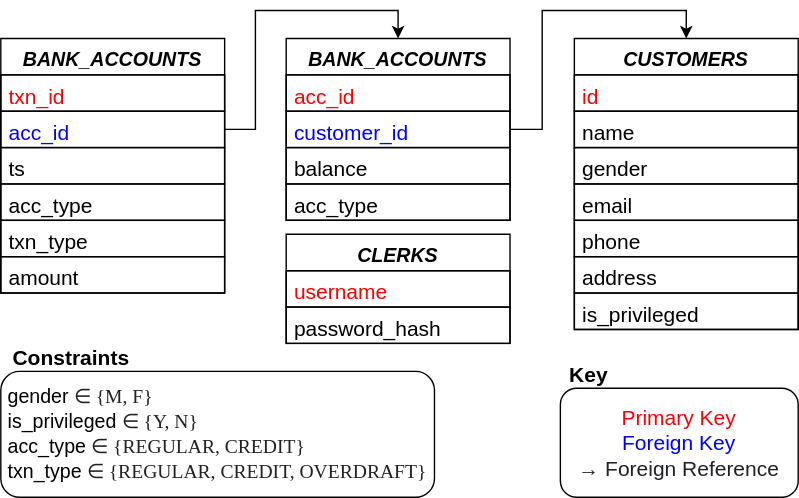
lolcats111/JDBC-Project-Group-B keeps this draw.io diagram as Docs/Database.svg. Above is the earlier version. Source tidied: cells renumbered, new cells last; positions are measured from the earlier drawing's top-left corner, leaving out a move shared by most shapes. The source it was exported from:
```xml
<mxGraphModel>
  <root>
    <mxCell id="0" />
    <mxCell id="1" parent="0" />
    <mxCell id="2" value="CUSTOMERS" style="swimlane;fontStyle=3;align=center;verticalAlign=top;horizontal=1;startSize=26;rounded=0;shadow=0;strokeWidth=1;fontSize=14;" parent="1" vertex="1">
      <mxGeometry x="410" width="160" height="208" as="geometry" />
    </mxCell>
    <mxCell id="3" value="id" style="text;align=left;verticalAlign=top;spacingLeft=4;spacingRight=4;overflow=hidden;fontStyle=0;fontSize=15;fontColor=#FF0000;strokeColor=#000000;" parent="2" vertex="1">
      <mxGeometry y="26" width="160" height="26" as="geometry" />
    </mxCell>
    <mxCell id="4" value="name" style="text;align=left;verticalAlign=top;spacingLeft=4;spacingRight=4;overflow=hidden;rounded=0;shadow=0;html=0;fontStyle=0;fontSize=15;strokeColor=#000000;" parent="2" vertex="1">
      <mxGeometry y="52" width="160" height="26" as="geometry" />
    </mxCell>
    <mxCell id="5" value="gender" style="text;align=left;verticalAlign=top;spacingLeft=4;spacingRight=4;overflow=hidden;rounded=0;shadow=0;html=0;fontStyle=0;fontSize=15;strokeColor=#000000;" parent="2" vertex="1">
      <mxGeometry y="78" width="160" height="26" as="geometry" />
    </mxCell>
    <mxCell id="6" value="email" style="text;align=left;verticalAlign=top;spacingLeft=4;spacingRight=4;overflow=hidden;fontStyle=0;fontSize=15;strokeColor=#000000;" parent="2" vertex="1">
      <mxGeometry y="104" width="160" height="26" as="geometry" />
    </mxCell>
    <mxCell id="7" value="phone" style="text;align=left;verticalAlign=top;spacingLeft=4;spacingRight=4;overflow=hidden;fontStyle=0;fontSize=15;strokeColor=#000000;" parent="2" vertex="1">
      <mxGeometry y="130" width="160" height="26" as="geometry" />
    </mxCell>
    <mxCell id="8" value="address" style="text;align=left;verticalAlign=top;spacingLeft=4;spacingRight=4;overflow=hidden;fontStyle=0;fontSize=15;strokeColor=#000000;" parent="2" vertex="1">
      <mxGeometry y="156" width="160" height="26" as="geometry" />
    </mxCell>
    <mxCell id="9" value="is_privileged" style="text;align=left;verticalAlign=top;spacingLeft=4;spacingRight=4;overflow=hidden;fontStyle=0;fontSize=15;strokeColor=#000000;" parent="2" vertex="1">
      <mxGeometry y="182" width="160" height="26" as="geometry" />
    </mxCell>
    <mxCell id="10" value="CLERKS" style="swimlane;fontStyle=3;align=center;verticalAlign=top;horizontal=1;startSize=26;rounded=0;shadow=0;strokeWidth=1;fontSize=14;" parent="1" vertex="1">
      <mxGeometry x="204" y="140" width="160" height="78" as="geometry" />
    </mxCell>
    <mxCell id="11" value="username" style="text;align=left;verticalAlign=top;spacingLeft=4;spacingRight=4;overflow=hidden;fontStyle=0;fontSize=15;fontColor=#FF0000;strokeColor=#000000;" parent="10" vertex="1">
      <mxGeometry y="26" width="160" height="26" as="geometry" />
    </mxCell>
    <mxCell id="12" value="password_hash" style="text;align=left;verticalAlign=top;spacingLeft=4;spacingRight=4;overflow=hidden;rounded=0;shadow=0;html=0;fontStyle=0;fontSize=15;strokeColor=#000000;" parent="10" vertex="1">
      <mxGeometry y="52" width="160" height="26" as="geometry" />
    </mxCell>
    <mxCell id="13" value="BANK_ACCOUNTS" style="swimlane;fontStyle=3;align=center;verticalAlign=top;horizontal=1;startSize=26;rounded=0;shadow=0;strokeWidth=1;fontSize=14;" parent="1" vertex="1">
      <mxGeometry x="204" width="160" height="130" as="geometry" />
    </mxCell>
    <mxCell id="14" value="acc_id" style="text;align=left;verticalAlign=top;spacingLeft=4;spacingRight=4;overflow=hidden;fontStyle=0;fontSize=15;fontColor=#FF0000;strokeColor=#000000;" parent="13" vertex="1">
      <mxGeometry y="26" width="160" height="26" as="geometry" />
    </mxCell>
    <mxCell id="15" value="customer_id" style="text;align=left;verticalAlign=top;spacingLeft=4;spacingRight=4;overflow=hidden;points=[[0,0.5],[1,0.5]];portConstraint=eastwest;rounded=0;shadow=0;html=0;fontStyle=0;fontSize=15;strokeColor=#000000;fontColor=#0000FF;" parent="13" vertex="1">
      <mxGeometry y="52" width="160" height="26" as="geometry" />
    </mxCell>
    <mxCell id="16" value="balance" style="text;align=left;verticalAlign=top;spacingLeft=4;spacingRight=4;overflow=hidden;rounded=0;shadow=0;html=0;fontStyle=0;fontSize=15;strokeColor=#000000;" parent="13" vertex="1">
      <mxGeometry y="78" width="160" height="26" as="geometry" />
    </mxCell>
    <mxCell id="17" value="acc_type" style="text;align=left;verticalAlign=top;spacingLeft=4;spacingRight=4;overflow=hidden;rounded=0;shadow=0;html=0;fontStyle=0;fontSize=15;strokeColor=#000000;" parent="13" vertex="1">
      <mxGeometry y="104" width="160" height="26" as="geometry" />
    </mxCell>
    <mxCell id="18" value="BANK_ACCOUNTS" style="swimlane;fontStyle=3;align=center;verticalAlign=top;horizontal=1;startSize=26;rounded=0;shadow=0;strokeWidth=1;fontSize=14;" parent="1" vertex="1">
      <mxGeometry width="160" height="182" as="geometry" />
    </mxCell>
    <mxCell id="19" value="txn_id" style="text;align=left;verticalAlign=top;spacingLeft=4;spacingRight=4;overflow=hidden;fontStyle=0;fontSize=15;fontColor=#FF0000;strokeColor=#000000;" parent="18" vertex="1">
      <mxGeometry y="26" width="160" height="26" as="geometry" />
    </mxCell>
    <mxCell id="20" value="acc_id" style="text;align=left;verticalAlign=top;spacingLeft=4;spacingRight=4;overflow=hidden;points=[[0,0.5],[1,0.5]];portConstraint=eastwest;rounded=0;shadow=0;html=0;fontStyle=0;fontSize=15;strokeColor=#000000;fontColor=#0000FF;" parent="18" vertex="1">
      <mxGeometry y="52" width="160" height="26" as="geometry" />
    </mxCell>
    <mxCell id="21" value="ts" style="text;align=left;verticalAlign=top;spacingLeft=4;spacingRight=4;overflow=hidden;rounded=0;shadow=0;html=0;fontStyle=0;fontSize=15;strokeColor=#000000;" parent="18" vertex="1">
      <mxGeometry y="78" width="160" height="26" as="geometry" />
    </mxCell>
    <mxCell id="22" value="acc_type" style="text;align=left;verticalAlign=top;spacingLeft=4;spacingRight=4;overflow=hidden;rounded=0;shadow=0;html=0;fontStyle=0;fontSize=15;strokeColor=#000000;" parent="18" vertex="1">
      <mxGeometry y="104" width="160" height="26" as="geometry" />
    </mxCell>
    <mxCell id="23" value="txn_type" style="text;align=left;verticalAlign=top;spacingLeft=4;spacingRight=4;overflow=hidden;rounded=0;shadow=0;html=0;fontStyle=0;fontSize=15;strokeColor=#000000;" parent="18" vertex="1">
      <mxGeometry y="130" width="160" height="26" as="geometry" />
    </mxCell>
    <mxCell id="24" value="amount" style="text;align=left;verticalAlign=top;spacingLeft=4;spacingRight=4;overflow=hidden;rounded=0;shadow=0;html=0;fontStyle=0;fontSize=15;strokeColor=#000000;" parent="18" vertex="1">
      <mxGeometry y="156" width="160" height="26" as="geometry" />
    </mxCell>
    <mxCell id="25" style="edgeStyle=orthogonalEdgeStyle;rounded=0;jettySize=auto;html=1;exitX=1;exitY=0.5;exitDx=0;exitDy=0;entryX=0.5;entryY=0;entryDx=0;entryDy=0;fontSize=15;fontColor=#FF0000;" parent="1" edge="1" source="20" target="13">
      <mxGeometry relative="1" as="geometry" />
    </mxCell>
    <mxCell id="26" style="edgeStyle=orthogonalEdgeStyle;rounded=0;jettySize=auto;html=1;exitX=1;exitY=0.5;exitDx=0;exitDy=0;entryX=0.5;entryY=0;entryDx=0;entryDy=0;fontSize=15;fontColor=#FF0000;" parent="1" edge="1" source="15" target="2">
      <mxGeometry relative="1" as="geometry" />
    </mxCell>
    <mxCell id="27" value="&lt;div style=&quot;text-align: left&quot;&gt;&lt;font color=&quot;#000000&quot; style=&quot;font-size: 14px&quot;&gt;gender&amp;nbsp;&lt;/font&gt;&lt;span style=&quot;font-size: 14px ; color: rgb(32 , 33 , 34) ; font-family: &amp;#34;nimbus roman no9 l&amp;#34; , &amp;#34;times new roman&amp;#34; , &amp;#34;times&amp;#34; , serif ; background-color: rgb(255 , 255 , 255)&quot;&gt;∈ {M, F}&lt;/span&gt;&lt;/div&gt;&lt;font style=&quot;font-size: 14px&quot;&gt;&lt;div style=&quot;text-align: left&quot;&gt;&lt;font color=&quot;#000000&quot;&gt;is_privileged&amp;nbsp;&lt;/font&gt;&lt;span style=&quot;color: rgb(32 , 33 , 34) ; font-family: &amp;#34;nimbus roman no9 l&amp;#34; , &amp;#34;times new roman&amp;#34; , &amp;#34;times&amp;#34; , serif ; background-color: rgb(255 , 255 , 255)&quot;&gt;∈ {Y, N}&lt;/span&gt;&lt;/div&gt;&lt;font color=&quot;#000000&quot; style=&quot;font-size: 14px&quot;&gt;&lt;div style=&quot;text-align: left&quot;&gt;&lt;font color=&quot;#000000&quot;&gt;acc_type&amp;nbsp;&lt;/font&gt;&lt;span style=&quot;color: rgb(32 , 33 , 34) ; font-family: &amp;#34;nimbus roman no9 l&amp;#34; , &amp;#34;times new roman&amp;#34; , &amp;#34;times&amp;#34; , serif ; background-color: rgb(255 , 255 , 255)&quot;&gt;∈ {REGULAR, CREDIT}&lt;/span&gt;&lt;/div&gt;&lt;/font&gt;&lt;font color=&quot;#000000&quot; style=&quot;font-size: 14px&quot;&gt;&lt;div style=&quot;text-align: left&quot;&gt;&lt;font color=&quot;#000000&quot;&gt;txn_type&amp;nbsp;&lt;/font&gt;&lt;span style=&quot;color: rgb(32 , 33 , 34) ; font-family: &amp;#34;nimbus roman no9 l&amp;#34; , &amp;#34;times new roman&amp;#34; , &amp;#34;times&amp;#34; , serif ; background-color: rgb(255 , 255 , 255)&quot;&gt;∈ {REGULAR, CREDIT, OVERDRAFT}&lt;/span&gt;&lt;/div&gt;&lt;/font&gt;&lt;/font&gt;" style="rounded=1;whiteSpace=wrap;html=1;strokeColor=#000000;strokeWidth=1;fontSize=15;fontColor=#0000FF;" parent="1" vertex="1">
      <mxGeometry y="238" width="310" height="90" as="geometry" />
    </mxCell>
    <mxCell id="28" value="Constraints" style="text;html=1;align=center;verticalAlign=middle;fontSize=15;fontStyle=1;" parent="1" vertex="1">
      <mxGeometry y="218" width="100" height="20" as="geometry" />
    </mxCell>
    <mxCell id="29" value="&lt;div&gt;&lt;font color=&quot;#ff0000&quot; style=&quot;font-size: 15px&quot;&gt;Primary Key&lt;/font&gt;&lt;/div&gt;&lt;div&gt;&lt;font style=&quot;font-size: 15px&quot;&gt;Foreign Key&lt;/font&gt;&lt;/div&gt;&lt;div&gt;&lt;span style=&quot;color: rgb(32 , 33 , 36) ; font-family: &amp;#34;arial&amp;#34; , sans-serif ; background-color: rgb(255 , 255 , 255)&quot;&gt;&lt;font style=&quot;font-size: 15px&quot;&gt;→ Foreign Reference&lt;/font&gt;&lt;/span&gt;&lt;br&gt;&lt;/div&gt;" style="rounded=1;whiteSpace=wrap;html=1;strokeColor=#000000;strokeWidth=1;fontSize=15;fontColor=#0000FF;" parent="1" vertex="1">
      <mxGeometry x="400" y="250" width="170" height="78" as="geometry" />
    </mxCell>
    <mxCell id="30" value="Key" style="text;html=1;align=center;verticalAlign=middle;fontSize=15;fontStyle=1;" parent="1" vertex="1">
      <mxGeometry x="400" y="230" width="40" height="20" as="geometry" />
    </mxCell>
  </root>
</mxGraphModel>
```
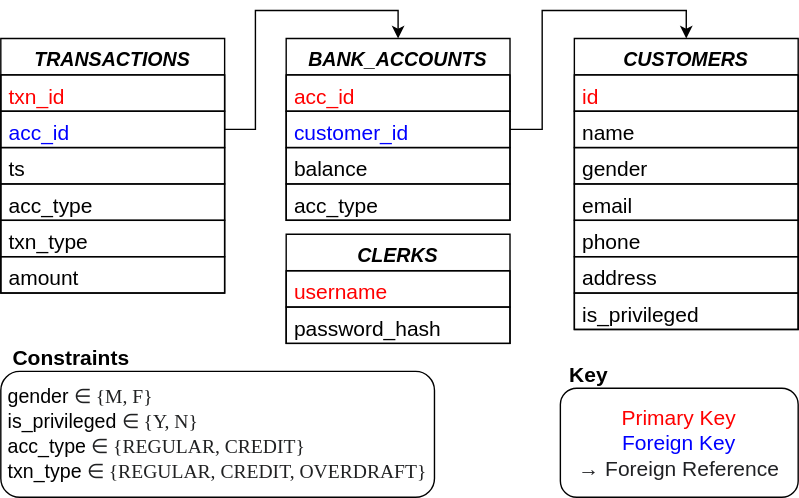
Later version of the same file.

The edit, as a diff of the source:
```diff
@@ -50,7 +50,7 @@
     <mxCell id="17" value="acc_type" style="text;align=left;verticalAlign=top;spacingLeft=4;spacingRight=4;overflow=hidden;rounded=0;shadow=0;html=0;fontStyle=0;fontSize=15;strokeColor=#000000;" parent="13" vertex="1">
       <mxGeometry y="104" width="160" height="26" as="geometry" />
     </mxCell>
-    <mxCell id="18" value="BANK_ACCOUNTS" style="swimlane;fontStyle=3;align=center;verticalAlign=top;horizontal=1;startSize=26;rounded=0;shadow=0;strokeWidth=1;fontSize=14;" parent="1" vertex="1">
+    <mxCell id="18" value="TRANSACTIONS" style="swimlane;fontStyle=3;align=center;verticalAlign=top;horizontal=1;startSize=26;rounded=0;shadow=0;strokeWidth=1;fontSize=14;" parent="1" vertex="1">
       <mxGeometry width="160" height="182" as="geometry" />
     </mxCell>
     <mxCell id="19" value="txn_id" style="text;align=left;verticalAlign=top;spacingLeft=4;spacingRight=4;overflow=hidden;fontStyle=0;fontSize=15;fontColor=#FF0000;strokeColor=#000000;" parent="18" vertex="1">
```
